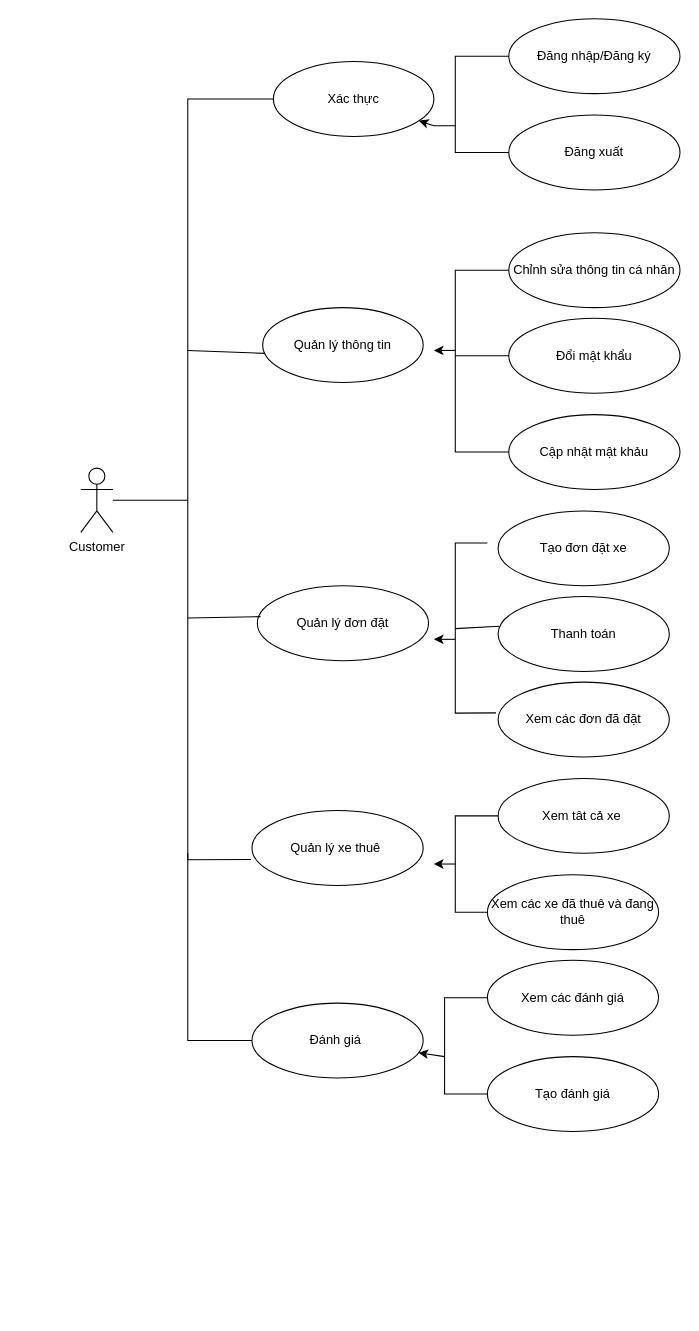
The draw.io diagram Baocao/biểu đồ use case người dùng.drawio in VanLuyen31012003/Doan, before the edit. Source tidied: cells renumbered, new cells numbered last; positions are measured from the earlier drawing's top-left corner, leaving out a move shared by most shapes. Both pictures are drawn from the tidied source at 107%, with x=0, y=0 at pixel (80, 18).
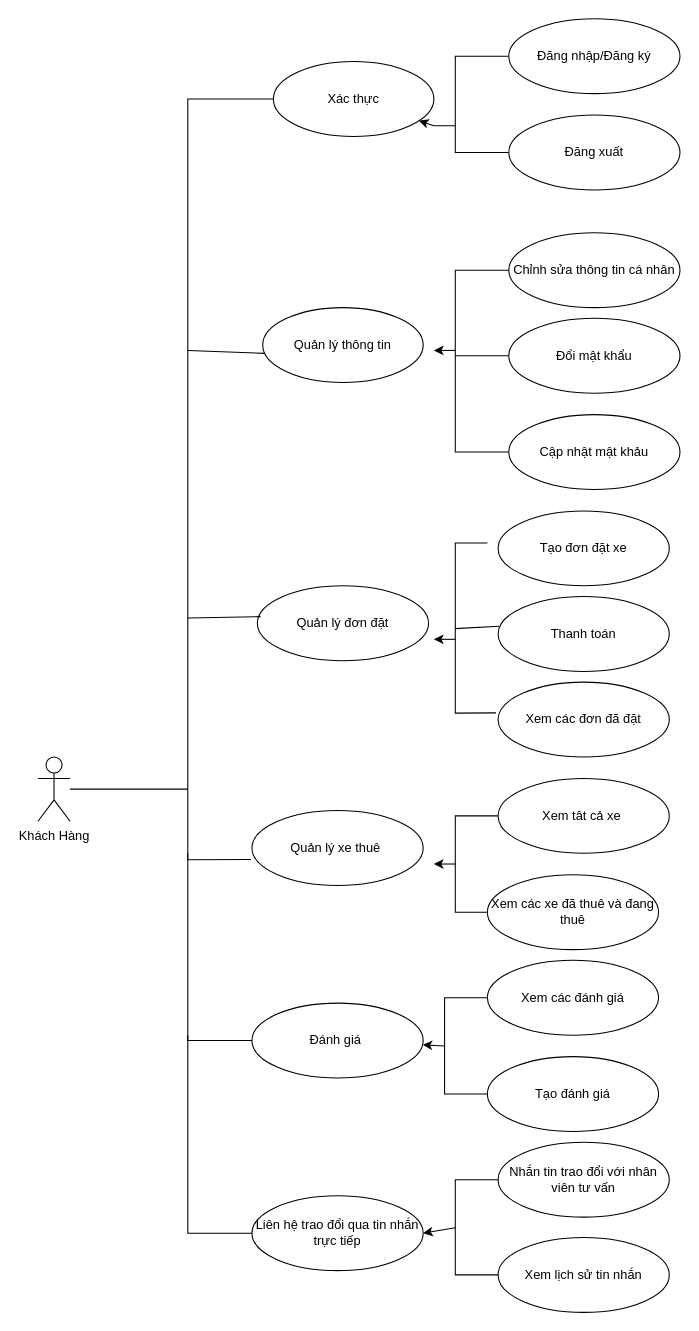
The same diagram, later.

The change refers to these unchanged cells:
```xml
<mxCell id="31" value="Đánh giá&amp;nbsp;" style="ellipse;whiteSpace=wrap;html=1;" parent="1" vertex="1">
  <mxGeometry x="160" y="920" width="160" height="70" as="geometry" />
</mxCell>
```

The edit, as a diff of the source:
```diff
@@
-    <mxCell id="29" value="Customer" style="shape=umlActor;verticalLabelPosition=bottom;verticalAlign=top;html=1;outlineConnect=0;" parent="1" vertex="1">
-      <mxGeometry y="420" width="30" height="60" as="geometry" />
+    <mxCell id="29" value="Khách Hàng" style="shape=umlActor;verticalLabelPosition=bottom;verticalAlign=top;html=1;outlineConnect=0;" parent="1" vertex="1">
+      <mxGeometry x="-40" y="690" width="30" height="60" as="geometry" />
     </mxCell>
     <mxCell id="30" style="endArrow=none;html=1;rounded=0;" parent="1" edge="1" source="29">
       <mxGeometry relative="1" as="geometry">
-        <mxPoint x="100" y="450" as="targetPoint" />
+        <mxPoint x="100" y="720" as="targetPoint" />
       </mxGeometry>
     </mxCell>
@@
     <mxCell id="36" style="endArrow=classic;html=1;rounded=0;" parent="1" edge="1" target="31">
       <mxGeometry relative="1" as="geometry">
-        <mxPoint x="340" y="970" as="sourcePoint" />
+        <mxPoint x="340" y="960" as="sourcePoint" />
       </mxGeometry>
     </mxCell>
+    <mxCell id="37" value="Liên hệ trao đổi qua tin nhắn trực tiếp" style="ellipse;whiteSpace=wrap;html=1;" parent="1" vertex="1">
+      <mxGeometry x="160" y="1100" width="160" height="70" as="geometry" />
+    </mxCell>
+    <mxCell id="38" value="Nhắn tin trao đổi với nhân viên tư vấn" style="ellipse;whiteSpace=wrap;html=1;" parent="1" vertex="1">
+      <mxGeometry x="390" y="1050" width="160" height="70" as="geometry" />
+    </mxCell>
+    <mxCell id="39" value="Xem lịch sử tin nhắn" style="ellipse;whiteSpace=wrap;html=1;" parent="1" vertex="1">
+      <mxGeometry x="390" y="1139" width="160" height="70" as="geometry" />
+    </mxCell>
+    <mxCell id="40" style="endArrow=none;html=1;rounded=0;exitX=0;exitY=0.5;exitDx=0;exitDy=0;entryX=0;entryY=0.5;entryDx=0;entryDy=0;" parent="1" edge="1" source="38" target="39">
+      <mxGeometry relative="1" as="geometry">
+        <Array as="points">
+          <mxPoint x="350" y="1085" />
+          <mxPoint x="350" y="1174" />
+        </Array>
+      </mxGeometry>
+    </mxCell>
+    <mxCell id="41" style="endArrow=classic;html=1;rounded=0;entryX=1;entryY=0.5;entryDx=0;entryDy=0;" parent="1" edge="1" target="37">
+      <mxGeometry relative="1" as="geometry">
+        <mxPoint x="350" y="1130" as="sourcePoint" />
+      </mxGeometry>
+    </mxCell>
+    <mxCell id="42" style="endArrow=none;html=1;rounded=0;exitX=0;exitY=0.5;exitDx=0;exitDy=0;" parent="1" edge="1" source="37">
+      <mxGeometry relative="1" as="geometry">
+        <mxPoint x="100" y="950" as="targetPoint" />
+        <Array as="points">
+          <mxPoint x="100" y="1135" />
+        </Array>
+      </mxGeometry>
+    </mxCell>
```
